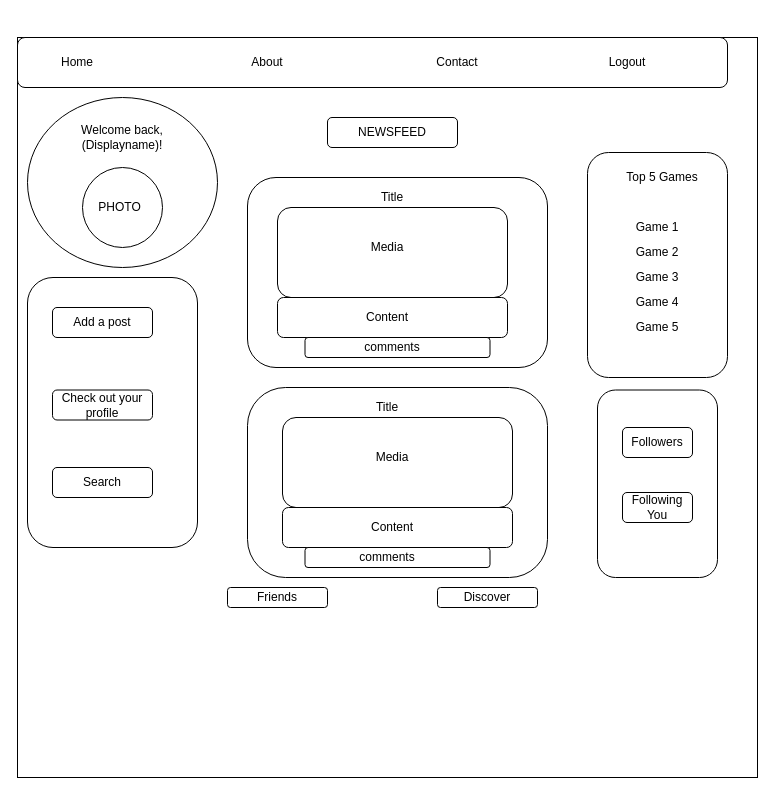
k5tuck/Gamers_Capstone keeps this draw.io diagram as server/additionalFiles/newsfeed.drawio. Above is the earlier version. Source tidied: cells renumbered, new cells numbered last; positions are measured from the earlier drawing's top-left corner, leaving out a move shared by most shapes. Both pictures are drawn from the tidied source at 100%, with x=0, y=0 at pixel (17, 37).
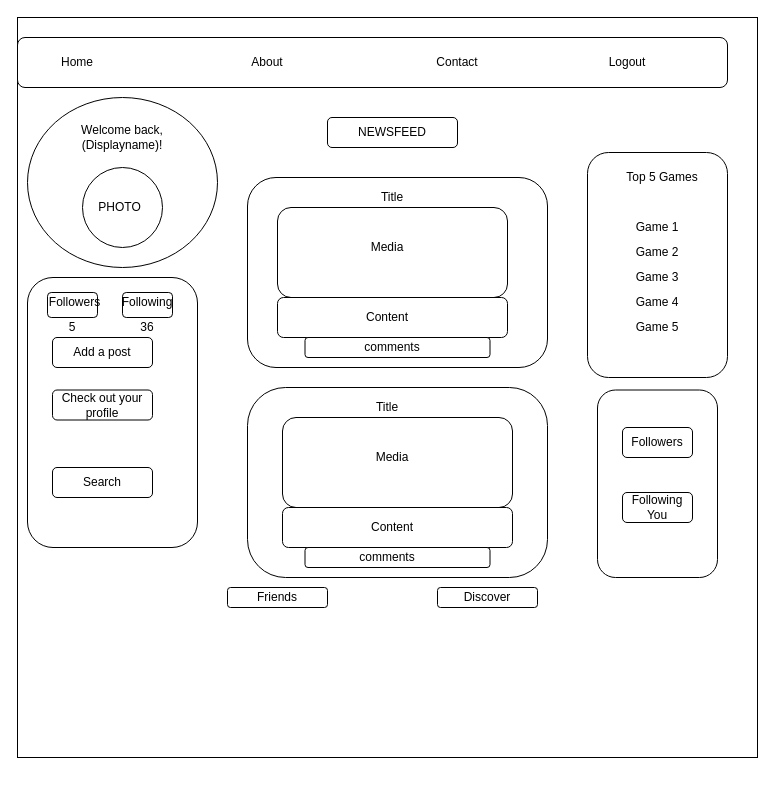
The same diagram, later.

The edit, as a diff of the source:
```diff
@@
     <mxCell id="2" style="whiteSpace=wrap;html=1;gradientColor=#ffffff;" parent="1" vertex="1">
-      <mxGeometry width="740" height="740" as="geometry" />
+      <mxGeometry y="-20" width="740" height="740" as="geometry" />
     </mxCell>
@@
     <mxCell id="12" style="rounded=1;whiteSpace=wrap;html=1;" parent="1" vertex="1">
-      <mxGeometry x="35" y="270" width="100" height="30" as="geometry" />
+      <mxGeometry x="35" y="300" width="100" height="30" as="geometry" />
     </mxCell>
@@
     <mxCell id="15" value="Add a post" style="text;html=1;strokeColor=none;fillColor=none;align=center;verticalAlign=middle;whiteSpace=wrap;rounded=0;" parent="1" vertex="1">
-      <mxGeometry x="50" y="275" width="70" height="20" as="geometry" />
+      <mxGeometry x="50" y="305" width="70" height="20" as="geometry" />
     </mxCell>
@@
+    <mxCell id="54" style="rounded=1;whiteSpace=wrap;html=1;" parent="1" vertex="1">
+      <mxGeometry x="30" y="255" width="50" height="25" as="geometry" />
+    </mxCell>
+    <mxCell id="55" style="rounded=1;whiteSpace=wrap;html=1;" parent="1" vertex="1">
+      <mxGeometry x="105" y="255" width="50" height="25" as="geometry" />
+    </mxCell>
+    <mxCell id="56" value="Followers" style="text;html=1;strokeColor=none;fillColor=none;align=center;verticalAlign=middle;whiteSpace=wrap;rounded=0;" parent="1" vertex="1">
+      <mxGeometry x="40" y="255" width="35" height="20" as="geometry" />
+    </mxCell>
+    <mxCell id="57" value="Following" style="text;html=1;strokeColor=none;fillColor=none;align=center;verticalAlign=middle;whiteSpace=wrap;rounded=0;" parent="1" vertex="1">
+      <mxGeometry x="110" y="255" width="40" height="20" as="geometry" />
+    </mxCell>
+    <mxCell id="58" value="5" style="text;html=1;strokeColor=none;fillColor=none;align=center;verticalAlign=middle;whiteSpace=wrap;rounded=0;" parent="1" vertex="1">
+      <mxGeometry x="35" y="280" width="40" height="20" as="geometry" />
+    </mxCell>
+    <mxCell id="59" value="36" style="text;html=1;strokeColor=none;fillColor=none;align=center;verticalAlign=middle;whiteSpace=wrap;rounded=0;" parent="1" vertex="1">
+      <mxGeometry x="110" y="280" width="40" height="20" as="geometry" />
+    </mxCell>
```
